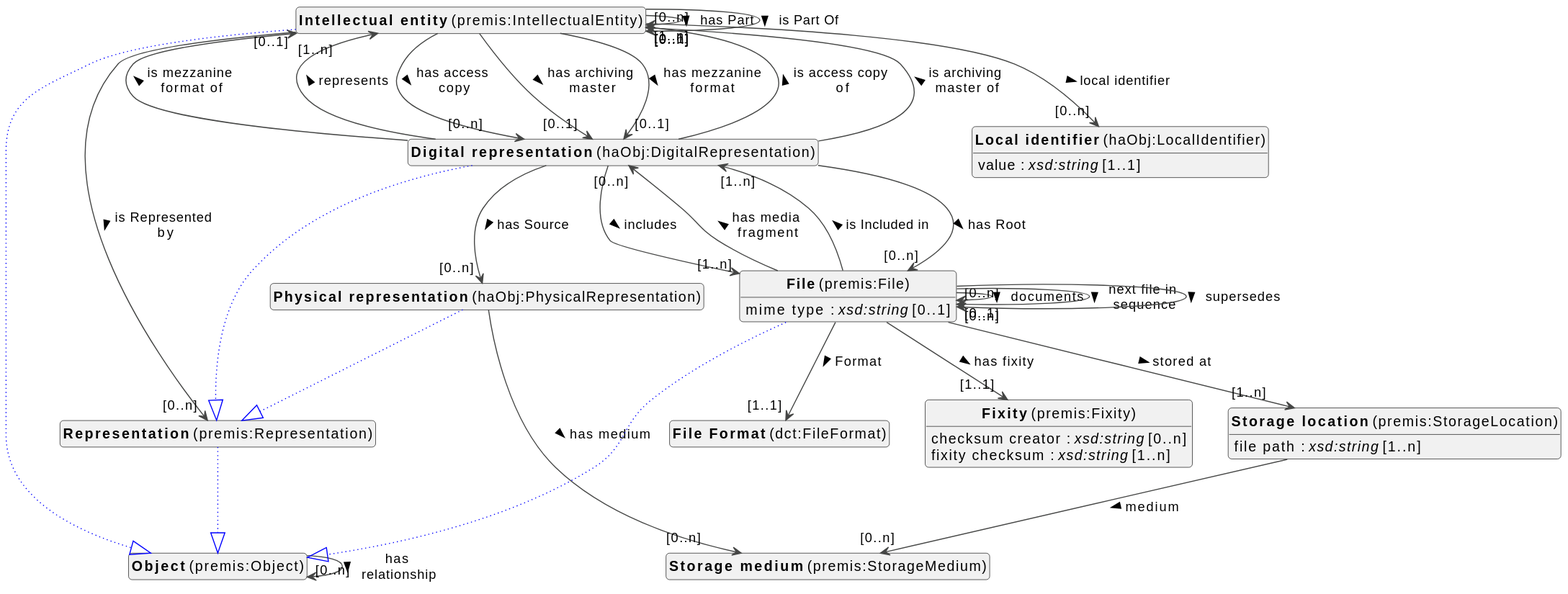
Above: docs/metadata/modellen/object-diagram.svg in viaacode/documentation-jekyll (PlantUML), before the change.
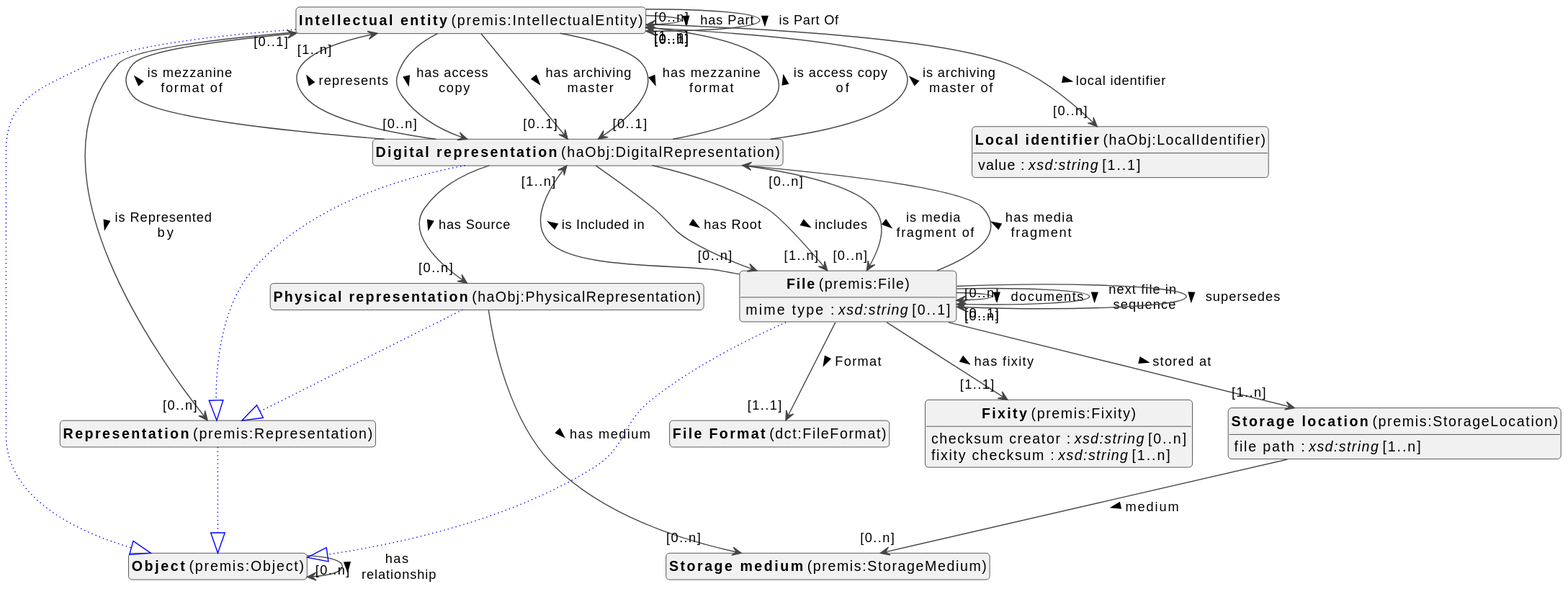
The same diagram one commit later.

Change to the diagram source:
```diff
@@ -20,8 +20,8 @@
 class "<b>Fixity</b> (premis:Fixity)" as premis_Fixity [[#premis%3AFixity]]
 class "<b>Storage location</b> (premis:StorageLocation)" as premis_StorageLocation [[#premis%3AStorageLocation]]
 class "<b>Local identifier</b> (haObj:LocalIdentifier)" as haObj_LocalIdentifier [[#haObj%3ALocalIdentifier]]
+class "<b>File Format</b> (dct:FileFormat)" as dct_FileFormat [[#dct%3AFileFormat]]
 class "<b>Storage medium</b> (premis:StorageMedium)" as premis_StorageMedium [[#premis%3AStorageMedium]]
-class "<b>File Format</b> (dct:FileFormat)" as dct_FileFormat [[#dct%3AFileFormat]]
 class "<b>Representation</b> (premis:Representation)" as premis_Representation [[#premis%3ARepresentation]]
 class "<b>Object</b> (premis:Object)" as premis_Object [[#premis%3AObject]]
 
@@ -63,6 +63,8 @@
 haObj_DigitalRepresentation --> "[0..1]" premis_IntellectualEntity : is access copy of >
 
 haObj_DigitalRepresentation --> "[1..n]" premis_IntellectualEntity : is archiving master of >
+
+haObj_DigitalRepresentation --> "[0..n]" premis_File : is media fragment of >
 
 haObj_DigitalRepresentation --> "[0..1]" premis_IntellectualEntity : is mezzanine format of >
 
```
